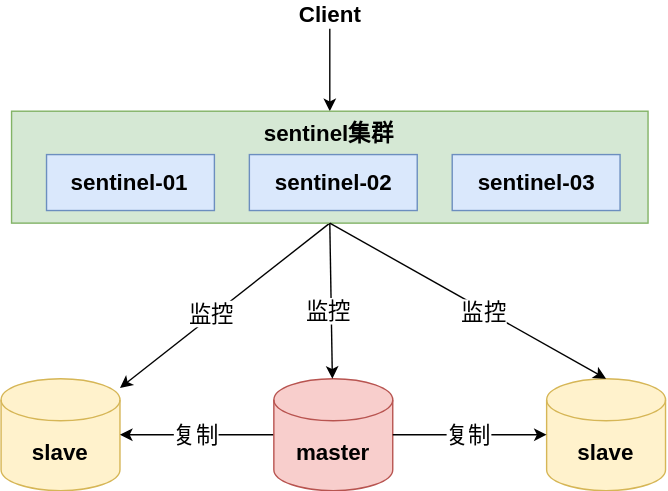
Earlier version of the draw.io export Redis/Redis集群方案/Sentinel哨兵模式结构.drawio.svg (Developer-Tang/notes). Source tidied: cells renumbered, new cells last; positions are measured from the earlier drawing's top-left corner, leaving out a move shared by most shapes.
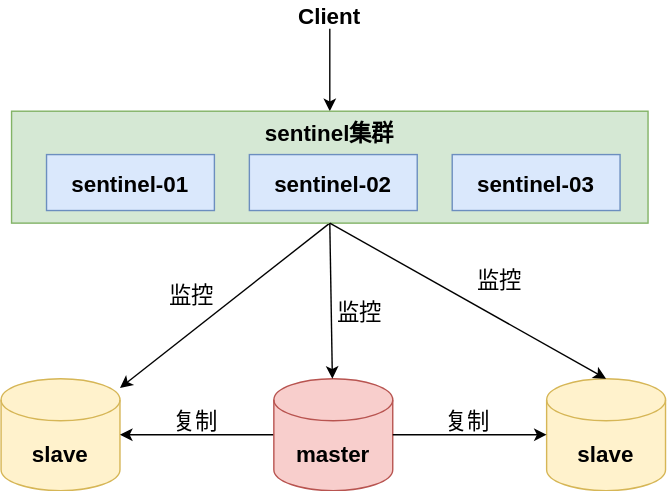
Above is the later version.

Change to the diagram source:
```diff
@@ -2,66 +2,72 @@
   <root>
     <mxCell id="0" />
     <mxCell id="1" parent="0" />
-    <mxCell id="2" style="edgeStyle=orthogonalEdgeStyle;rounded=0;jettySize=auto;html=1;fontStyle=1;fontSize=16;" parent="1" edge="1" source="3" target="6">
+    <mxCell id="2" style="edgeStyle=orthogonalEdgeStyle;rounded=0;jettySize=auto;fontStyle=1;fontSize=16;labelBackgroundColor=none;" parent="1" edge="1" source="3" target="6">
       <mxGeometry relative="1" as="geometry" />
     </mxCell>
-    <mxCell id="3" value="&lt;font style=&quot;font-size: 16px;&quot;&gt;Client&lt;/font&gt;" style="text;html=1;align=center;verticalAlign=middle;points=[];strokeColor=none;fillColor=none;fontStyle=1;fontSize=16;" parent="1" vertex="1">
+    <mxCell id="3" value="Client" style="text;align=center;verticalAlign=middle;points=[];strokeColor=none;fillColor=none;fontStyle=1;fontSize=16;labelBackgroundColor=none;" parent="1" vertex="1">
       <mxGeometry x="205" width="60" height="20" as="geometry" />
     </mxCell>
-    <mxCell id="4" style="rounded=0;jettySize=auto;html=1;exitX=0.5;exitY=1;exitDx=0;exitDy=0;fontSize=16;" parent="1" edge="1" source="6" target="10">
+    <mxCell id="4" style="rounded=0;jettySize=auto;exitX=0.5;exitY=1;exitDx=0;exitDy=0;fontSize=16;labelBackgroundColor=none;" parent="1" edge="1" source="6" target="10">
       <mxGeometry relative="1" as="geometry" />
     </mxCell>
-    <mxCell id="5" value="监控" style="edgeLabel;html=1;align=center;verticalAlign=middle;fontSize=16;" parent="4" vertex="1">
-      <mxGeometry x="0.12" y="-2" relative="1" as="geometry" />
+    <mxCell id="5" value="监控" style="edgeLabel;align=center;verticalAlign=middle;fontSize=16;labelBackgroundColor=none;" parent="4" vertex="1">
+      <mxGeometry x="0.12" y="-2" relative="1" as="geometry">
+        <mxPoint x="-14" y="-14" as="offset" />
+      </mxGeometry>
     </mxCell>
-    <mxCell id="6" value="sentinel集群" style="whiteSpace=wrap;html=1;fillColor=#d5e8d4;strokeColor=#82b366;fontStyle=1;fontSize=16;verticalAlign=top;" parent="1" vertex="1">
+    <mxCell id="6" value="sentinel集群" style="fillColor=#d5e8d4;strokeColor=#82b366;fontStyle=1;fontSize=16;verticalAlign=top;labelBackgroundColor=none;" parent="1" vertex="1">
       <mxGeometry x="7.5" y="79" width="455" height="80" as="geometry" />
     </mxCell>
-    <mxCell id="7" value="sentinel-01" style="whiteSpace=wrap;html=1;fillColor=#dae8fc;strokeColor=#6c8ebf;fontStyle=1;fontSize=16;verticalAlign=middle;" parent="1" vertex="1">
+    <mxCell id="7" value="sentinel-01" style="fillColor=#dae8fc;strokeColor=#6c8ebf;fontStyle=1;fontSize=16;verticalAlign=middle;labelBackgroundColor=none;" parent="1" vertex="1">
       <mxGeometry x="32.5" y="110" width="120" height="40" as="geometry" />
     </mxCell>
-    <mxCell id="8" value="sentinel-02" style="whiteSpace=wrap;html=1;fillColor=#dae8fc;strokeColor=#6c8ebf;fontStyle=1;fontSize=16;verticalAlign=middle;" parent="1" vertex="1">
+    <mxCell id="8" value="sentinel-02" style="fillColor=#dae8fc;strokeColor=#6c8ebf;fontStyle=1;fontSize=16;verticalAlign=middle;labelBackgroundColor=none;" parent="1" vertex="1">
       <mxGeometry x="177.5" y="110" width="120" height="40" as="geometry" />
     </mxCell>
-    <mxCell id="9" value="sentinel-03" style="whiteSpace=wrap;html=1;fillColor=#dae8fc;strokeColor=#6c8ebf;fontStyle=1;fontSize=16;verticalAlign=middle;" parent="1" vertex="1">
+    <mxCell id="9" value="sentinel-03" style="fillColor=#dae8fc;strokeColor=#6c8ebf;fontStyle=1;fontSize=16;verticalAlign=middle;labelBackgroundColor=none;" parent="1" vertex="1">
       <mxGeometry x="322.5" y="110" width="120" height="40" as="geometry" />
     </mxCell>
-    <mxCell id="10" value="slave" style="shape=cylinder3;whiteSpace=wrap;html=1;boundedLbl=1;backgroundOutline=1;size=15;fontSize=16;verticalAlign=middle;fontStyle=1;fillColor=#fff2cc;strokeColor=#d6b656;" parent="1" vertex="1">
+    <mxCell id="10" value="slave" style="shape=cylinder3;boundedLbl=1;backgroundOutline=1;size=15;fontSize=16;verticalAlign=middle;fontStyle=1;fillColor=#fff2cc;strokeColor=#d6b656;labelBackgroundColor=none;" parent="1" vertex="1">
       <mxGeometry y="270.3" width="85" height="80" as="geometry" />
     </mxCell>
-    <mxCell id="11" style="edgeStyle=orthogonalEdgeStyle;rounded=0;jettySize=auto;html=1;exitX=0;exitY=0.5;exitDx=0;exitDy=0;exitPerimeter=0;entryX=1;entryY=0.5;entryDx=0;entryDy=0;entryPerimeter=0;fontSize=16;" parent="1" edge="1" source="13" target="10">
+    <mxCell id="11" style="edgeStyle=orthogonalEdgeStyle;rounded=0;jettySize=auto;exitX=0;exitY=0.5;exitDx=0;exitDy=0;exitPerimeter=0;entryX=1;entryY=0.5;entryDx=0;entryDy=0;entryPerimeter=0;fontSize=16;labelBackgroundColor=none;" parent="1" edge="1" source="13" target="10">
       <mxGeometry relative="1" as="geometry" />
     </mxCell>
-    <mxCell id="12" value="复制" style="edgeLabel;html=1;align=center;verticalAlign=middle;fontSize=16;" parent="11" vertex="1">
+    <mxCell id="12" value="复制" style="edgeLabel;align=center;verticalAlign=middle;fontSize=16;labelBackgroundColor=none;" parent="11" vertex="1">
       <mxGeometry x="0.31" y="-1" relative="1" as="geometry">
-        <mxPoint x="16" y="1" as="offset" />
+        <mxPoint x="16" y="-10" as="offset" />
       </mxGeometry>
     </mxCell>
-    <mxCell id="13" value="master" style="shape=cylinder3;whiteSpace=wrap;html=1;boundedLbl=1;backgroundOutline=1;size=15;fontSize=16;verticalAlign=middle;fontStyle=1;fillColor=#f8cecc;strokeColor=#b85450;" parent="1" vertex="1">
+    <mxCell id="13" value="master" style="shape=cylinder3;boundedLbl=1;backgroundOutline=1;size=15;fontSize=16;verticalAlign=middle;fontStyle=1;fillColor=#f8cecc;strokeColor=#b85450;labelBackgroundColor=none;" parent="1" vertex="1">
       <mxGeometry x="195" y="270.3" width="85" height="80" as="geometry" />
     </mxCell>
-    <mxCell id="14" value="slave" style="shape=cylinder3;whiteSpace=wrap;html=1;boundedLbl=1;backgroundOutline=1;size=15;fontSize=16;verticalAlign=middle;fontStyle=1;fillColor=#fff2cc;strokeColor=#d6b656;" parent="1" vertex="1">
+    <mxCell id="14" value="slave" style="shape=cylinder3;boundedLbl=1;backgroundOutline=1;size=15;fontSize=16;verticalAlign=middle;fontStyle=1;fillColor=#fff2cc;strokeColor=#d6b656;labelBackgroundColor=none;" parent="1" vertex="1">
       <mxGeometry x="390" y="270.3" width="85" height="80" as="geometry" />
     </mxCell>
-    <mxCell id="15" style="edgeStyle=orthogonalEdgeStyle;rounded=0;jettySize=auto;html=1;exitX=1;exitY=0.5;exitDx=0;exitDy=0;exitPerimeter=0;fontSize=16;" parent="1" edge="1" source="13" target="14">
+    <mxCell id="15" style="edgeStyle=orthogonalEdgeStyle;rounded=0;jettySize=auto;exitX=1;exitY=0.5;exitDx=0;exitDy=0;exitPerimeter=0;fontSize=16;labelBackgroundColor=none;" parent="1" edge="1" source="13" target="14">
       <mxGeometry relative="1" as="geometry" />
     </mxCell>
-    <mxCell id="16" value="复制" style="edgeLabel;html=1;align=center;verticalAlign=middle;fontSize=16;" parent="15" vertex="1">
+    <mxCell id="16" value="复制" style="edgeLabel;align=center;verticalAlign=middle;fontSize=16;labelBackgroundColor=none;" parent="15" vertex="1">
       <mxGeometry x="0.31" y="-1" relative="1" as="geometry">
-        <mxPoint x="-19" y="-1" as="offset" />
+        <mxPoint x="-19" y="-12" as="offset" />
       </mxGeometry>
     </mxCell>
-    <mxCell id="17" style="rounded=0;jettySize=auto;html=1;fontSize=16;exitX=0.5;exitY=1;exitDx=0;exitDy=0;" parent="1" edge="1" source="6" target="13">
+    <mxCell id="17" style="rounded=0;jettySize=auto;fontSize=16;exitX=0.5;exitY=1;exitDx=0;exitDy=0;labelBackgroundColor=none;" parent="1" edge="1" source="6" target="13">
       <mxGeometry relative="1" as="geometry" />
     </mxCell>
-    <mxCell id="18" value="监控" style="edgeLabel;html=1;align=center;verticalAlign=middle;fontSize=16;" parent="17" vertex="1">
-      <mxGeometry x="0.12" y="-2" relative="1" as="geometry" />
+    <mxCell id="18" value="监控" style="edgeLabel;align=center;verticalAlign=middle;fontSize=16;labelBackgroundColor=none;" parent="17" vertex="1">
+      <mxGeometry x="0.12" y="-2" relative="1" as="geometry">
+        <mxPoint x="22" as="offset" />
+      </mxGeometry>
     </mxCell>
-    <mxCell id="19" style="rounded=0;jettySize=auto;html=1;exitX=0.5;exitY=1;exitDx=0;exitDy=0;fontSize=16;entryX=0.5;entryY=0;entryDx=0;entryDy=0;entryPerimeter=0;" parent="1" edge="1" source="6" target="14">
+    <mxCell id="19" style="rounded=0;jettySize=auto;exitX=0.5;exitY=1;exitDx=0;exitDy=0;fontSize=16;entryX=0.5;entryY=0;entryDx=0;entryDy=0;entryPerimeter=0;labelBackgroundColor=none;" parent="1" edge="1" source="6" target="14">
       <mxGeometry relative="1" as="geometry" />
     </mxCell>
-    <mxCell id="20" value="监控" style="edgeLabel;html=1;align=center;verticalAlign=middle;fontSize=16;" parent="19" vertex="1">
-      <mxGeometry x="0.12" y="-2" relative="1" as="geometry" />
+    <mxCell id="20" value="监控" style="edgeLabel;align=center;verticalAlign=middle;fontSize=16;labelBackgroundColor=none;" parent="19" vertex="1">
+      <mxGeometry x="0.12" y="-2" relative="1" as="geometry">
+        <mxPoint x="12" y="-24" as="offset" />
+      </mxGeometry>
     </mxCell>
   </root>
 </mxGraphModel>
```
